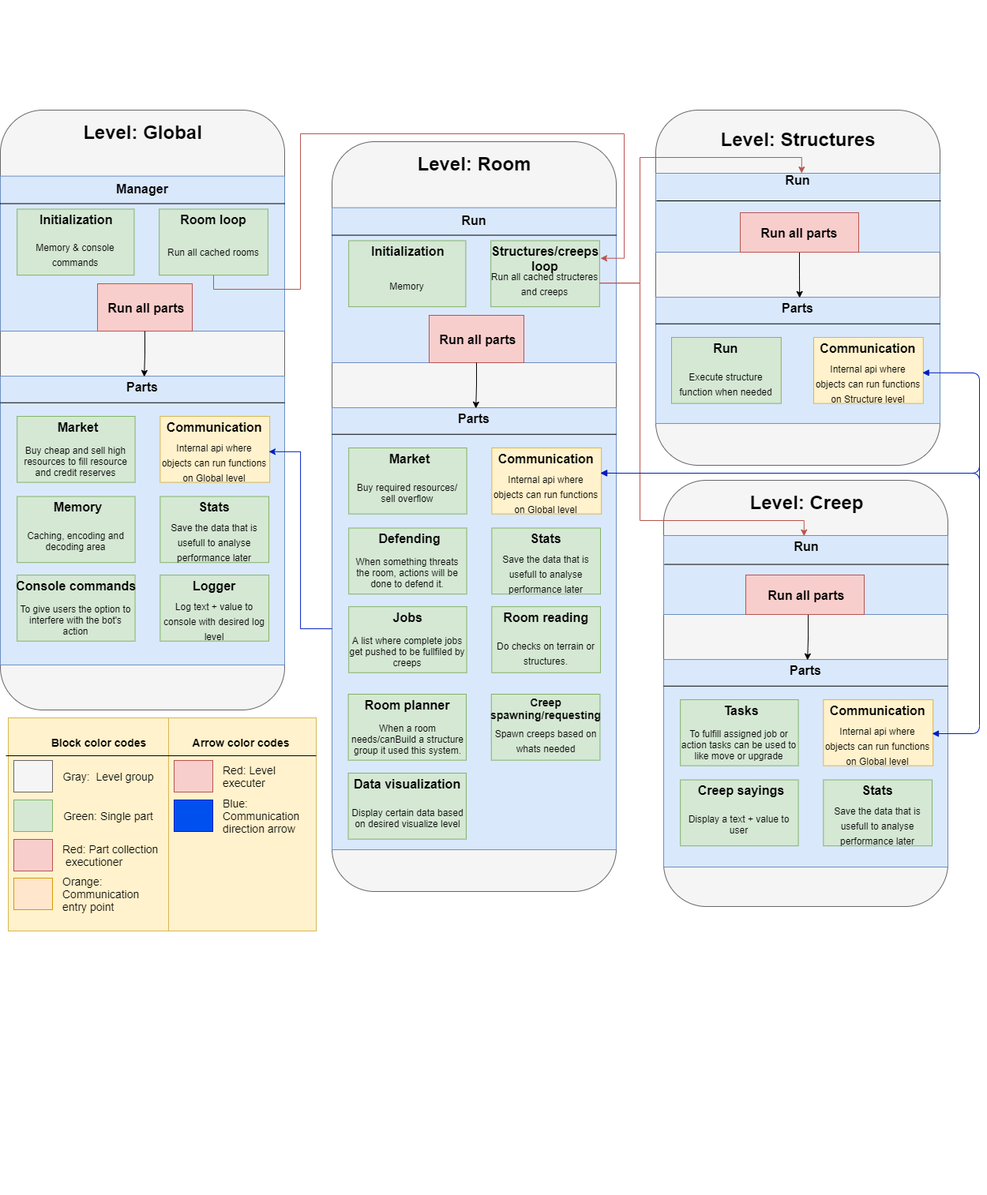
Before: FrameworkOverview.png, a diagram exported from draw.io (pieterbrandsen/Draw.io). Source tidied: cells renumbered, new cells last; positions are measured from the earlier drawing's top-left corner, leaving out a move shared by most shapes.
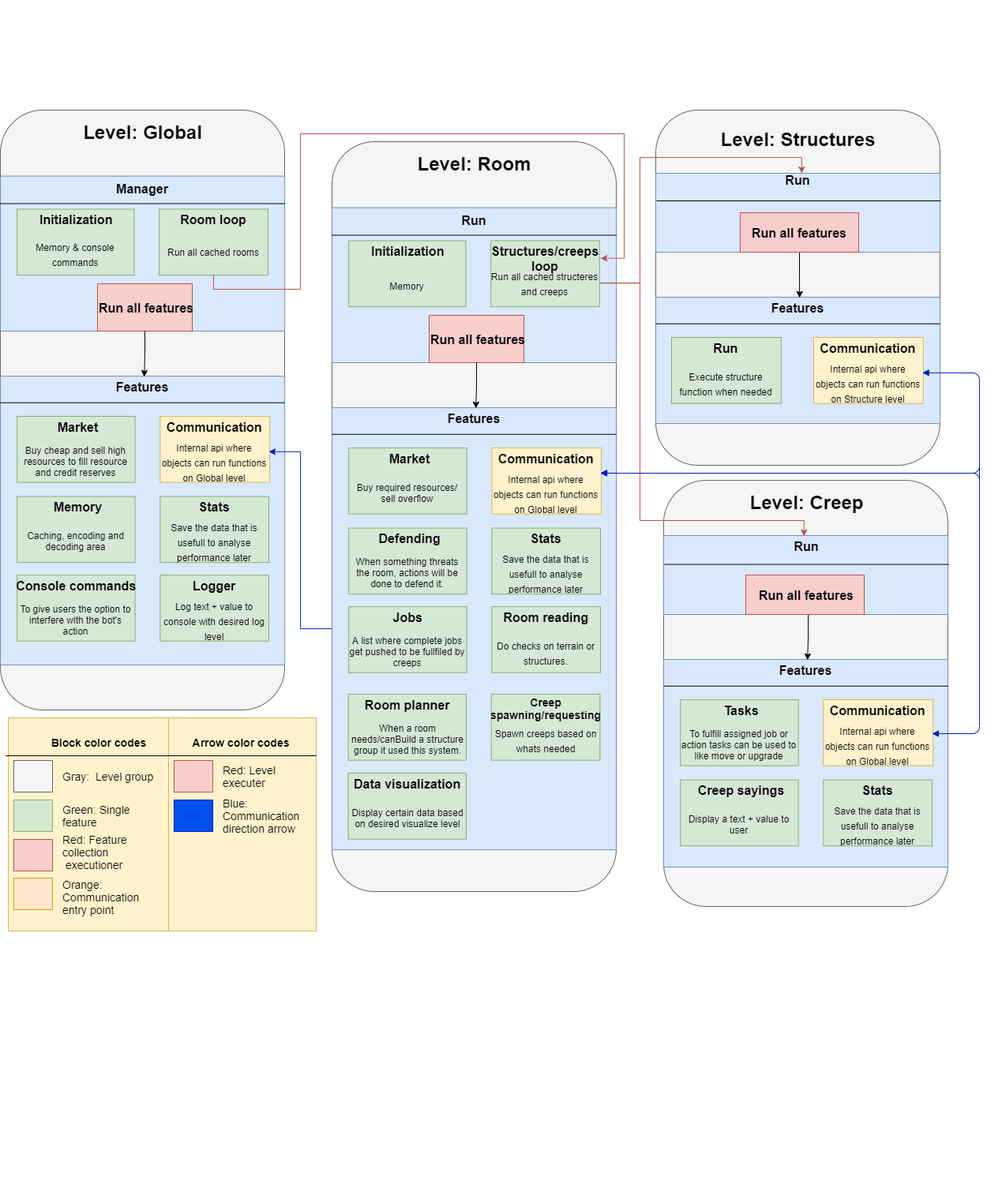
Above is the later version.

What changed in the source:
```diff
@@ -50,7 +50,7 @@
     <mxCell id="17" style="rounded=0;whiteSpace=wrap;html=1;fontSize=16;fillColor=#f8cecc;strokeColor=#b85450;" parent="4" vertex="1">
       <mxGeometry x="123" y="220" width="120" height="60" as="geometry" />
     </mxCell>
-    <mxCell id="18" value="Run all parts" style="text;align=center;fontStyle=1;verticalAlign=middle;spacingLeft=3;spacingRight=3;strokeColor=none;fontSize=16;" parent="4" vertex="1">
+    <mxCell id="18" value="Run all features" style="text;align=center;fontStyle=1;verticalAlign=middle;spacingLeft=3;spacingRight=3;strokeColor=none;fontSize=16;" parent="4" vertex="1">
       <mxGeometry x="145" y="237" width="80" height="26" as="geometry" />
     </mxCell>
     <mxCell id="19" style="group;" parent="4" vertex="1">
@@ -125,7 +125,7 @@
     <mxCell id="42" style="line;strokeWidth=1;fillColor=none;align=left;verticalAlign=middle;spacingTop=-1;spacingLeft=3;spacingRight=3;labelPosition=right;fontSize=16;" parent="19" vertex="1">
       <mxGeometry y="29.7" width="360" height="7.9" as="geometry" />
     </mxCell>
-    <mxCell id="43" value="Parts" style="text;align=center;fontStyle=1;verticalAlign=middle;spacingLeft=3;spacingRight=3;strokeColor=none;points=[[0,0.5],[1,0.5]];portConstraint=eastwest;fontSize=16;" parent="19" vertex="1">
+    <mxCell id="43" value="Features" style="text;align=center;fontStyle=1;verticalAlign=middle;spacingLeft=3;spacingRight=3;strokeColor=none;points=[[0,0.5],[1,0.5]];portConstraint=eastwest;fontSize=16;" parent="19" vertex="1">
       <mxGeometry x="140" width="80" height="25.8" as="geometry" />
     </mxCell>
     <mxCell id="44" style="edgeStyle=orthogonalEdgeStyle;rounded=0;jettySize=auto;html=1;entryX=0.527;entryY=0.03;entryDx=0;entryDy=0;entryPerimeter=0;fontSize=16;" parent="4" edge="1" source="17" target="43">
@@ -176,7 +176,7 @@
     <mxCell id="59" style="rounded=0;whiteSpace=wrap;html=1;fontSize=16;fillColor=#f8cecc;strokeColor=#b85450;" parent="46" vertex="1">
       <mxGeometry x="123" y="220" width="120" height="60" as="geometry" />
     </mxCell>
-    <mxCell id="60" value="Run all parts" style="text;align=center;fontStyle=1;verticalAlign=middle;spacingLeft=3;spacingRight=3;strokeColor=none;fontSize=16;" parent="46" vertex="1">
+    <mxCell id="60" value="Run all features" style="text;align=center;fontStyle=1;verticalAlign=middle;spacingLeft=3;spacingRight=3;strokeColor=none;fontSize=16;" parent="46" vertex="1">
       <mxGeometry x="145" y="237" width="80" height="26" as="geometry" />
     </mxCell>
     <mxCell id="61" style="group;" parent="45" vertex="1">
@@ -251,7 +251,7 @@
     <mxCell id="84" style="line;strokeWidth=1;fillColor=none;align=left;verticalAlign=middle;spacingTop=-1;spacingLeft=3;spacingRight=3;labelPosition=right;fontSize=16;" parent="61" vertex="1">
       <mxGeometry y="9.7" width="360" height="7.9" as="geometry" />
     </mxCell>
-    <mxCell id="85" value="Parts" style="text;align=center;fontStyle=1;verticalAlign=middle;spacingLeft=3;spacingRight=3;strokeColor=none;points=[[0,0.5],[1,0.5]];portConstraint=eastwest;fontSize=16;" parent="61" vertex="1">
+    <mxCell id="85" value="Features" style="text;align=center;fontStyle=1;verticalAlign=middle;spacingLeft=3;spacingRight=3;strokeColor=none;points=[[0,0.5],[1,0.5]];portConstraint=eastwest;fontSize=16;" parent="61" vertex="1">
       <mxGeometry x="140" y="-20" width="80" height="25.8" as="geometry" />
     </mxCell>
     <mxCell id="86" style="group;fontSize=10;" parent="61" vertex="1">
@@ -322,7 +322,7 @@
     <mxCell id="105" style="line;strokeWidth=1;fillColor=none;align=left;verticalAlign=middle;spacingTop=-1;spacingLeft=3;spacingRight=3;labelPosition=right;fontSize=16;" parent="103" vertex="1">
       <mxGeometry y="29.7" width="360" height="7.9" as="geometry" />
     </mxCell>
-    <mxCell id="106" value="Parts" style="text;align=center;fontStyle=1;verticalAlign=middle;spacingLeft=3;spacingRight=3;strokeColor=none;points=[[0,0.5],[1,0.5]];portConstraint=eastwest;fontSize=16;" parent="103" vertex="1">
+    <mxCell id="106" value="Features" style="text;align=center;fontStyle=1;verticalAlign=middle;spacingLeft=3;spacingRight=3;strokeColor=none;points=[[0,0.5],[1,0.5]];portConstraint=eastwest;fontSize=16;" parent="103" vertex="1">
       <mxGeometry x="140" width="80" height="25.8" as="geometry" />
     </mxCell>
     <mxCell id="107" style="rounded=0;whiteSpace=wrap;html=1;fontSize=16;fillColor=#fff2cc;strokeColor=#d6b656;" parent="103" vertex="1">
@@ -409,7 +409,7 @@
     <mxCell id="134" style="line;strokeWidth=1;fillColor=none;align=left;verticalAlign=middle;spacingTop=-1;spacingLeft=3;spacingRight=3;labelPosition=right;fontSize=16;" parent="113" vertex="1">
       <mxGeometry y="256.8" width="360" height="7.9" as="geometry" />
     </mxCell>
-    <mxCell id="135" value="Parts" style="text;align=center;fontStyle=1;verticalAlign=middle;spacingLeft=3;spacingRight=3;strokeColor=none;points=[[0,0.5],[1,0.5]];portConstraint=eastwest;fontSize=16;" parent="113" vertex="1">
+    <mxCell id="135" value="Features" style="text;align=center;fontStyle=1;verticalAlign=middle;spacingLeft=3;spacingRight=3;strokeColor=none;points=[[0,0.5],[1,0.5]];portConstraint=eastwest;fontSize=16;" parent="113" vertex="1">
       <mxGeometry x="140" y="227.1" width="80" height="25.8" as="geometry" />
     </mxCell>
     <mxCell id="136" style="edgeStyle=orthogonalEdgeStyle;rounded=0;jettySize=auto;html=1;entryX=0.527;entryY=0.03;entryDx=0;entryDy=0;entryPerimeter=0;fontSize=16;" parent="113" edge="1" target="135">
@@ -420,7 +420,7 @@
     <mxCell id="137" style="rounded=0;whiteSpace=wrap;html=1;fontSize=16;fillColor=#f8cecc;strokeColor=#b85450;" parent="113" vertex="1">
       <mxGeometry x="104" y="120" width="150" height="50" as="geometry" />
     </mxCell>
-    <mxCell id="138" value="Run all parts" style="text;align=center;fontStyle=1;verticalAlign=middle;spacingLeft=3;spacingRight=3;strokeColor=none;fontSize=16;" parent="113" vertex="1">
+    <mxCell id="138" value="Run all features" style="text;align=center;fontStyle=1;verticalAlign=middle;spacingLeft=3;spacingRight=3;strokeColor=none;fontSize=16;" parent="113" vertex="1">
       <mxGeometry x="106" y="120" width="150" height="50" as="geometry" />
     </mxCell>
     <mxCell id="139" style="edgeStyle=orthogonalEdgeStyle;rounded=0;jettySize=auto;html=1;entryX=0.527;entryY=0.03;entryDx=0;entryDy=0;entryPerimeter=0;fontSize=16;" parent="100" edge="1" source="144" target="106">
@@ -441,7 +441,7 @@
     <mxCell id="144" style="rounded=0;whiteSpace=wrap;html=1;fontSize=16;fillColor=#f8cecc;strokeColor=#b85450;" parent="140" vertex="1">
       <mxGeometry x="107" y="80" width="150" height="50" as="geometry" />
     </mxCell>
-    <mxCell id="145" value="Run all parts" style="text;align=center;fontStyle=1;verticalAlign=middle;spacingLeft=3;spacingRight=3;strokeColor=none;fontSize=16;" parent="140" vertex="1">
+    <mxCell id="145" value="Run all features" style="text;align=center;fontStyle=1;verticalAlign=middle;spacingLeft=3;spacingRight=3;strokeColor=none;fontSize=16;" parent="140" vertex="1">
       <mxGeometry x="107" y="80" width="150" height="50" as="geometry" />
     </mxCell>
     <mxCell id="146" style="edgeStyle=orthogonalEdgeStyle;rounded=0;jettySize=auto;html=1;entryX=0.56;entryY=0.002;entryDx=0;entryDy=0;entryPerimeter=0;fontSize=14;fillColor=#f8cecc;strokeColor=#b85450;" parent="1" edge="1" source="56" target="143">
@@ -472,26 +472,26 @@
     <mxCell id="150" style="line;strokeWidth=1;fillColor=none;align=left;verticalAlign=middle;spacingTop=-1;spacingLeft=3;spacingRight=3;labelPosition=right;fontSize=14;" parent="1" vertex="1">
       <mxGeometry x="7" y="953" width="213" height="8" as="geometry" />
     </mxCell>
-    <mxCell id="151" value="Gray:&amp;nbsp; Level group" style="text;html=1;strokeColor=none;fillColor=none;align=center;verticalAlign=middle;whiteSpace=wrap;rounded=0;fontSize=14;" parent="1" vertex="1">
+    <mxCell id="151" value="Gray:&amp;nbsp; Level group" style="text;html=1;strokeColor=none;fillColor=none;align=left;verticalAlign=middle;whiteSpace=wrap;rounded=0;fontSize=14;" parent="1" vertex="1">
       <mxGeometry x="77" y="973" width="120" height="20" as="geometry" />
     </mxCell>
     <mxCell id="152" style="rounded=0;whiteSpace=wrap;html=1;fontSize=14;fillColor=#f5f5f5;strokeColor=#666666;fontColor=#333333;" parent="1" vertex="1">
       <mxGeometry x="17" y="963" width="49" height="40" as="geometry" />
     </mxCell>
-    <mxCell id="153" value="Green: Single part" style="text;html=1;strokeColor=none;fillColor=none;align=center;verticalAlign=middle;whiteSpace=wrap;rounded=0;fontSize=14;" parent="1" vertex="1">
+    <mxCell id="153" value="Green: Single feature" style="text;html=1;strokeColor=none;fillColor=none;align=left;verticalAlign=middle;whiteSpace=wrap;rounded=0;fontSize=14;" parent="1" vertex="1">
       <mxGeometry x="77" y="1023" width="120" height="20" as="geometry" />
     </mxCell>
     <mxCell id="154" style="rounded=0;whiteSpace=wrap;html=1;fontSize=14;fillColor=#d5e8d4;strokeColor=#82b366;" parent="1" vertex="1">
       <mxGeometry x="17" y="1013" width="49" height="40" as="geometry" />
     </mxCell>
-    <mxCell id="155" value="&lt;div&gt;&lt;span&gt;Red: Part collection&lt;/span&gt;&lt;/div&gt;&amp;nbsp;executioner" style="text;html=1;strokeColor=none;fillColor=none;align=left;verticalAlign=middle;whiteSpace=wrap;rounded=0;fontSize=14;" parent="1" vertex="1">
-      <mxGeometry x="77" y="1073" width="150" height="20" as="geometry" />
+    <mxCell id="155" value="&lt;div&gt;&lt;span&gt;Red: Feature collection&lt;/span&gt;&lt;/div&gt;&amp;nbsp;executioner" style="text;html=1;strokeColor=none;fillColor=none;align=left;verticalAlign=middle;whiteSpace=wrap;rounded=0;fontSize=14;" parent="1" vertex="1">
+      <mxGeometry x="77" y="1059" width="123" height="40" as="geometry" />
     </mxCell>
     <mxCell id="156" style="rounded=0;whiteSpace=wrap;html=1;fontSize=14;fillColor=#f8cecc;strokeColor=#b85450;" parent="1" vertex="1">
       <mxGeometry x="17" y="1063" width="49" height="40" as="geometry" />
     </mxCell>
     <mxCell id="157" value="Orange: Communication entry point" style="text;html=1;strokeColor=none;fillColor=none;align=left;verticalAlign=middle;whiteSpace=wrap;rounded=0;fontSize=14;" parent="1" vertex="1">
-      <mxGeometry x="77" y="1122" width="133" height="20" as="geometry" />
+      <mxGeometry x="77" y="1122" width="133" height="27" as="geometry" />
     </mxCell>
     <mxCell id="158" style="rounded=0;whiteSpace=wrap;html=1;fontSize=14;fillColor=#ffe6cc;strokeColor=#d79b00;" parent="1" vertex="1">
       <mxGeometry x="17" y="1112" width="49" height="40" as="geometry" />
```
